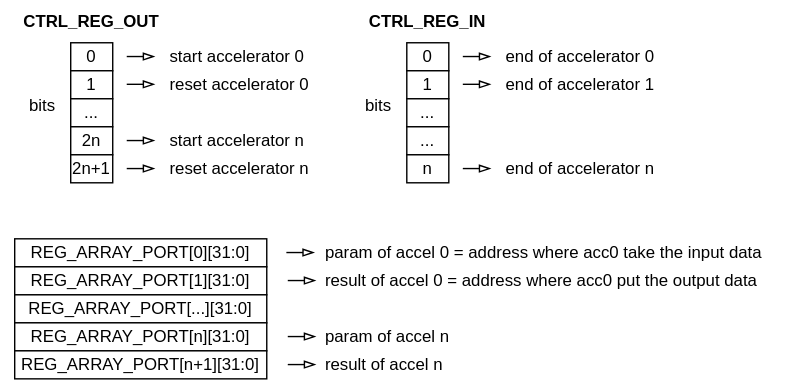
Before: doc/images/registers_connections.drawio.svg, a diagram exported from draw.io (viveris/LoCod-fpga). Source tidied: cells renumbered, new cells last; positions are measured from the earlier drawing's top-left corner, leaving out a move shared by most shapes. Its diagram source:
```xml
<mxGraphModel>
  <root>
    <mxCell id="0" />
    <mxCell id="1" parent="0" />
    <mxCell id="2" value="CTRL_REG_OUT" style="text;html=1;strokeColor=none;fillColor=none;align=center;verticalAlign=middle;whiteSpace=wrap;rounded=0;fontStyle=1;" parent="1" vertex="1">
      <mxGeometry x="5" width="120" height="30" as="geometry" />
    </mxCell>
    <mxCell id="3" value="0" style="rounded=0;whiteSpace=wrap;html=1;" parent="1" vertex="1">
      <mxGeometry x="50" y="30" width="30" height="20" as="geometry" />
    </mxCell>
    <mxCell id="4" value="1" style="rounded=0;whiteSpace=wrap;html=1;" parent="1" vertex="1">
      <mxGeometry x="50" y="50" width="30" height="20" as="geometry" />
    </mxCell>
    <mxCell id="5" value="..." style="rounded=0;whiteSpace=wrap;html=1;" parent="1" vertex="1">
      <mxGeometry x="50" y="70" width="30" height="20" as="geometry" />
    </mxCell>
    <mxCell id="6" value="2n" style="rounded=0;whiteSpace=wrap;html=1;" parent="1" vertex="1">
      <mxGeometry x="50" y="90" width="30" height="20" as="geometry" />
    </mxCell>
    <mxCell id="7" value="2n+1" style="rounded=0;whiteSpace=wrap;html=1;" parent="1" vertex="1">
      <mxGeometry x="50" y="110" width="30" height="20" as="geometry" />
    </mxCell>
    <mxCell id="8" value="bits" style="text;html=1;strokeColor=none;fillColor=none;align=center;verticalAlign=middle;whiteSpace=wrap;rounded=0;" parent="1" vertex="1">
      <mxGeometry y="60" width="60" height="30" as="geometry" />
    </mxCell>
    <mxCell id="9" value="start accelerator 0" style="text;html=1;strokeColor=none;fillColor=none;align=left;verticalAlign=middle;whiteSpace=wrap;rounded=0;" parent="1" vertex="1">
      <mxGeometry x="119" y="30" width="145" height="20" as="geometry" />
    </mxCell>
    <mxCell id="10" value="reset accelerator 0" style="text;html=1;strokeColor=none;fillColor=none;align=left;verticalAlign=middle;whiteSpace=wrap;rounded=0;" parent="1" vertex="1">
      <mxGeometry x="119" y="50" width="145" height="20" as="geometry" />
    </mxCell>
    <mxCell id="11" value="reset accelerator n" style="text;html=1;strokeColor=none;fillColor=none;align=left;verticalAlign=middle;whiteSpace=wrap;rounded=0;" parent="1" vertex="1">
      <mxGeometry x="119" y="110" width="145" height="20" as="geometry" />
    </mxCell>
    <mxCell id="12" value="start accelerator n" style="text;html=1;strokeColor=none;fillColor=none;align=left;verticalAlign=middle;whiteSpace=wrap;rounded=0;" parent="1" vertex="1">
      <mxGeometry x="119" y="90" width="145" height="20" as="geometry" />
    </mxCell>
    <mxCell id="13" style="endArrow=blockThin;html=1;rounded=0;endFill=0;" parent="1" edge="1">
      <mxGeometry relative="1" as="geometry">
        <mxPoint x="90" y="39.8" as="sourcePoint" />
        <mxPoint x="110" y="39.8" as="targetPoint" />
      </mxGeometry>
    </mxCell>
    <mxCell id="14" style="endArrow=blockThin;html=1;rounded=0;endFill=0;" parent="1" edge="1">
      <mxGeometry relative="1" as="geometry">
        <mxPoint x="90" y="59.7" as="sourcePoint" />
        <mxPoint x="110" y="59.7" as="targetPoint" />
      </mxGeometry>
    </mxCell>
    <mxCell id="15" style="endArrow=blockThin;html=1;rounded=0;endFill=0;" parent="1" edge="1">
      <mxGeometry relative="1" as="geometry">
        <mxPoint x="90" y="99.8" as="sourcePoint" />
        <mxPoint x="110" y="99.8" as="targetPoint" />
      </mxGeometry>
    </mxCell>
    <mxCell id="16" style="endArrow=blockThin;html=1;rounded=0;endFill=0;" parent="1" edge="1">
      <mxGeometry relative="1" as="geometry">
        <mxPoint x="90" y="119.8" as="sourcePoint" />
        <mxPoint x="110" y="119.8" as="targetPoint" />
      </mxGeometry>
    </mxCell>
    <mxCell id="17" value="CTRL_REG_IN" style="text;html=1;strokeColor=none;fillColor=none;align=center;verticalAlign=middle;whiteSpace=wrap;rounded=0;fontStyle=1;" parent="1" vertex="1">
      <mxGeometry x="245" width="120" height="30" as="geometry" />
    </mxCell>
    <mxCell id="18" value="0" style="rounded=0;whiteSpace=wrap;html=1;" parent="1" vertex="1">
      <mxGeometry x="290" y="30" width="30" height="20" as="geometry" />
    </mxCell>
    <mxCell id="19" value="1" style="rounded=0;whiteSpace=wrap;html=1;" parent="1" vertex="1">
      <mxGeometry x="290" y="50" width="30" height="20" as="geometry" />
    </mxCell>
    <mxCell id="20" value="..." style="rounded=0;whiteSpace=wrap;html=1;" parent="1" vertex="1">
      <mxGeometry x="290" y="70" width="30" height="20" as="geometry" />
    </mxCell>
    <mxCell id="21" value="..." style="rounded=0;whiteSpace=wrap;html=1;" parent="1" vertex="1">
      <mxGeometry x="290" y="90" width="30" height="20" as="geometry" />
    </mxCell>
    <mxCell id="22" value="n" style="rounded=0;whiteSpace=wrap;html=1;" parent="1" vertex="1">
      <mxGeometry x="290" y="110" width="30" height="20" as="geometry" />
    </mxCell>
    <mxCell id="23" value="bits" style="text;html=1;strokeColor=none;fillColor=none;align=center;verticalAlign=middle;whiteSpace=wrap;rounded=0;" parent="1" vertex="1">
      <mxGeometry x="240" y="60" width="60" height="30" as="geometry" />
    </mxCell>
    <mxCell id="24" value="end of accelerator 0" style="text;html=1;strokeColor=none;fillColor=none;align=left;verticalAlign=middle;whiteSpace=wrap;rounded=0;" parent="1" vertex="1">
      <mxGeometry x="359" y="30" width="145" height="20" as="geometry" />
    </mxCell>
    <mxCell id="25" value="end of accelerator 1" style="text;html=1;strokeColor=none;fillColor=none;align=left;verticalAlign=middle;whiteSpace=wrap;rounded=0;" parent="1" vertex="1">
      <mxGeometry x="359" y="50" width="145" height="20" as="geometry" />
    </mxCell>
    <mxCell id="26" value="end of accelerator n" style="text;html=1;strokeColor=none;fillColor=none;align=left;verticalAlign=middle;whiteSpace=wrap;rounded=0;" parent="1" vertex="1">
      <mxGeometry x="359" y="110" width="145" height="20" as="geometry" />
    </mxCell>
    <mxCell id="27" style="endArrow=blockThin;html=1;rounded=0;endFill=0;" parent="1" edge="1">
      <mxGeometry relative="1" as="geometry">
        <mxPoint x="330" y="39.8" as="sourcePoint" />
        <mxPoint x="350" y="39.8" as="targetPoint" />
      </mxGeometry>
    </mxCell>
    <mxCell id="28" style="endArrow=blockThin;html=1;rounded=0;endFill=0;" parent="1" edge="1">
      <mxGeometry relative="1" as="geometry">
        <mxPoint x="330" y="59.7" as="sourcePoint" />
        <mxPoint x="350" y="59.7" as="targetPoint" />
      </mxGeometry>
    </mxCell>
    <mxCell id="29" style="endArrow=blockThin;html=1;rounded=0;endFill=0;" parent="1" edge="1">
      <mxGeometry relative="1" as="geometry">
        <mxPoint x="330" y="119.8" as="sourcePoint" />
        <mxPoint x="350" y="119.8" as="targetPoint" />
      </mxGeometry>
    </mxCell>
    <mxCell id="30" value="REG_ARRAY_PORT[0][31:0]" style="rounded=0;whiteSpace=wrap;html=1;" parent="1" vertex="1">
      <mxGeometry x="10" y="170" width="180" height="20" as="geometry" />
    </mxCell>
    <mxCell id="31" value="REG_ARRAY_PORT[1][31:0]" style="rounded=0;whiteSpace=wrap;html=1;" parent="1" vertex="1">
      <mxGeometry x="10" y="190" width="180" height="20" as="geometry" />
    </mxCell>
    <mxCell id="32" value="REG_ARRAY_PORT[...][31:0]" style="rounded=0;whiteSpace=wrap;html=1;" parent="1" vertex="1">
      <mxGeometry x="10" y="210" width="180" height="20" as="geometry" />
    </mxCell>
    <mxCell id="33" value="REG_ARRAY_PORT[n][31:0]" style="rounded=0;whiteSpace=wrap;html=1;" parent="1" vertex="1">
      <mxGeometry x="10" y="230" width="180" height="20" as="geometry" />
    </mxCell>
    <mxCell id="34" value="REG_ARRAY_PORT[n+1][31:0]" style="rounded=0;whiteSpace=wrap;html=1;" parent="1" vertex="1">
      <mxGeometry x="10" y="250" width="180" height="20" as="geometry" />
    </mxCell>
    <mxCell id="35" style="endArrow=blockThin;html=1;rounded=0;endFill=0;" parent="1" edge="1">
      <mxGeometry relative="1" as="geometry">
        <mxPoint x="204" y="179.8" as="sourcePoint" />
        <mxPoint x="224" y="179.8" as="targetPoint" />
      </mxGeometry>
    </mxCell>
    <mxCell id="36" style="endArrow=blockThin;html=1;rounded=0;endFill=0;" parent="1" edge="1">
      <mxGeometry relative="1" as="geometry">
        <mxPoint x="205" y="199.8" as="sourcePoint" />
        <mxPoint x="225" y="199.8" as="targetPoint" />
      </mxGeometry>
    </mxCell>
    <mxCell id="37" style="endArrow=blockThin;html=1;rounded=0;endFill=0;" parent="1" edge="1">
      <mxGeometry relative="1" as="geometry">
        <mxPoint x="205" y="239.8" as="sourcePoint" />
        <mxPoint x="225" y="239.8" as="targetPoint" />
      </mxGeometry>
    </mxCell>
    <mxCell id="38" style="endArrow=blockThin;html=1;rounded=0;endFill=0;" parent="1" edge="1">
      <mxGeometry relative="1" as="geometry">
        <mxPoint x="205" y="259.8" as="sourcePoint" />
        <mxPoint x="225" y="259.8" as="targetPoint" />
      </mxGeometry>
    </mxCell>
    <mxCell id="39" value="param of accel 0 = address where acc0 take the input data" style="text;html=1;strokeColor=none;fillColor=none;align=left;verticalAlign=middle;whiteSpace=wrap;rounded=0;" parent="1" vertex="1">
      <mxGeometry x="230" y="170" width="340" height="20" as="geometry" />
    </mxCell>
    <mxCell id="40" value="result of accel 0 = address where acc0 put the output data" style="text;html=1;strokeColor=none;fillColor=none;align=left;verticalAlign=middle;whiteSpace=wrap;rounded=0;" parent="1" vertex="1">
      <mxGeometry x="230" y="190" width="340" height="20" as="geometry" />
    </mxCell>
    <mxCell id="41" value="param of accel n" style="text;html=1;strokeColor=none;fillColor=none;align=left;verticalAlign=middle;whiteSpace=wrap;rounded=0;" parent="1" vertex="1">
      <mxGeometry x="230" y="230" width="110" height="20" as="geometry" />
    </mxCell>
    <mxCell id="42" value="result of accel n" style="text;html=1;strokeColor=none;fillColor=none;align=left;verticalAlign=middle;whiteSpace=wrap;rounded=0;" parent="1" vertex="1">
      <mxGeometry x="230" y="250" width="110" height="20" as="geometry" />
    </mxCell>
  </root>
</mxGraphModel>
```
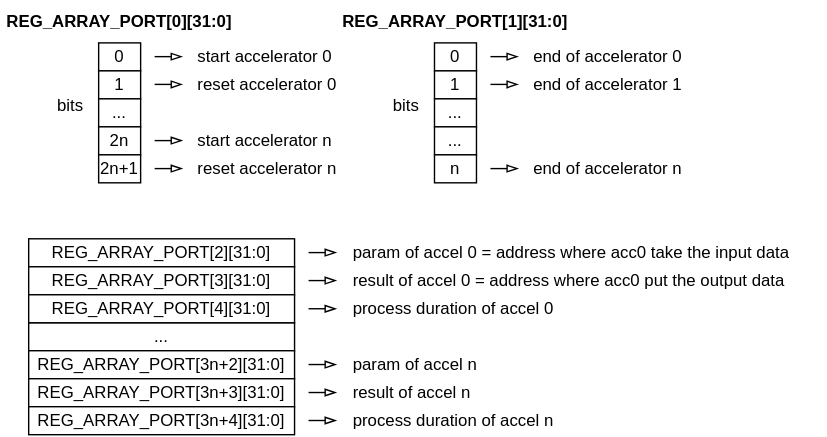
Above is the later version.

What changed in the source:
```diff
@@ -2,8 +2,8 @@
   <root>
     <mxCell id="0" />
     <mxCell id="1" parent="0" />
-    <mxCell id="2" value="CTRL_REG_OUT" style="text;html=1;strokeColor=none;fillColor=none;align=center;verticalAlign=middle;whiteSpace=wrap;rounded=0;fontStyle=1;" parent="1" vertex="1">
-      <mxGeometry x="5" width="120" height="30" as="geometry" />
+    <mxCell id="2" value="REG_ARRAY_PORT[0][31:0]" style="text;html=1;strokeColor=none;fillColor=none;align=center;verticalAlign=middle;whiteSpace=wrap;rounded=0;fontStyle=1;" parent="1" vertex="1">
+      <mxGeometry x="-20" width="170" height="30" as="geometry" />
     </mxCell>
     <mxCell id="3" value="0" style="rounded=0;whiteSpace=wrap;html=1;" parent="1" vertex="1">
       <mxGeometry x="50" y="30" width="30" height="20" as="geometry" />
@@ -59,9 +59,6 @@
         <mxPoint x="110" y="119.8" as="targetPoint" />
       </mxGeometry>
     </mxCell>
-    <mxCell id="17" value="CTRL_REG_IN" style="text;html=1;strokeColor=none;fillColor=none;align=center;verticalAlign=middle;whiteSpace=wrap;rounded=0;fontStyle=1;" parent="1" vertex="1">
-      <mxGeometry x="245" width="120" height="30" as="geometry" />
-    </mxCell>
     <mxCell id="18" value="0" style="rounded=0;whiteSpace=wrap;html=1;" parent="1" vertex="1">
       <mxGeometry x="290" y="30" width="30" height="20" as="geometry" />
     </mxCell>
@@ -107,43 +104,43 @@
         <mxPoint x="350" y="119.8" as="targetPoint" />
       </mxGeometry>
     </mxCell>
-    <mxCell id="30" value="REG_ARRAY_PORT[0][31:0]" style="rounded=0;whiteSpace=wrap;html=1;" parent="1" vertex="1">
-      <mxGeometry x="10" y="170" width="180" height="20" as="geometry" />
+    <mxCell id="30" value="REG_ARRAY_PORT[2][31:0]" style="rounded=0;whiteSpace=wrap;html=1;" parent="1" vertex="1">
+      <mxGeometry y="170" width="190" height="20" as="geometry" />
     </mxCell>
-    <mxCell id="31" value="REG_ARRAY_PORT[1][31:0]" style="rounded=0;whiteSpace=wrap;html=1;" parent="1" vertex="1">
-      <mxGeometry x="10" y="190" width="180" height="20" as="geometry" />
+    <mxCell id="31" value="REG_ARRAY_PORT[3][31:0]" style="rounded=0;whiteSpace=wrap;html=1;" parent="1" vertex="1">
+      <mxGeometry y="190" width="190" height="20" as="geometry" />
     </mxCell>
-    <mxCell id="32" value="REG_ARRAY_PORT[...][31:0]" style="rounded=0;whiteSpace=wrap;html=1;" parent="1" vertex="1">
-      <mxGeometry x="10" y="210" width="180" height="20" as="geometry" />
+    <mxCell id="32" value="..." style="rounded=0;whiteSpace=wrap;html=1;" parent="1" vertex="1">
+      <mxGeometry y="230" width="190" height="20" as="geometry" />
     </mxCell>
-    <mxCell id="33" value="REG_ARRAY_PORT[n][31:0]" style="rounded=0;whiteSpace=wrap;html=1;" parent="1" vertex="1">
-      <mxGeometry x="10" y="230" width="180" height="20" as="geometry" />
+    <mxCell id="33" value="REG_ARRAY_PORT[3n+2][31:0]" style="rounded=0;whiteSpace=wrap;html=1;" parent="1" vertex="1">
+      <mxGeometry y="250" width="190" height="20" as="geometry" />
     </mxCell>
-    <mxCell id="34" value="REG_ARRAY_PORT[n+1][31:0]" style="rounded=0;whiteSpace=wrap;html=1;" parent="1" vertex="1">
-      <mxGeometry x="10" y="250" width="180" height="20" as="geometry" />
+    <mxCell id="34" value="REG_ARRAY_PORT[3n+3][31:0]" style="rounded=0;whiteSpace=wrap;html=1;" parent="1" vertex="1">
+      <mxGeometry y="270" width="190" height="20" as="geometry" />
     </mxCell>
     <mxCell id="35" style="endArrow=blockThin;html=1;rounded=0;endFill=0;" parent="1" edge="1">
       <mxGeometry relative="1" as="geometry">
-        <mxPoint x="204" y="179.8" as="sourcePoint" />
-        <mxPoint x="224" y="179.8" as="targetPoint" />
+        <mxPoint x="200" y="179.9" as="sourcePoint" />
+        <mxPoint x="220" y="179.9" as="targetPoint" />
       </mxGeometry>
     </mxCell>
     <mxCell id="36" style="endArrow=blockThin;html=1;rounded=0;endFill=0;" parent="1" edge="1">
       <mxGeometry relative="1" as="geometry">
-        <mxPoint x="205" y="199.8" as="sourcePoint" />
-        <mxPoint x="225" y="199.8" as="targetPoint" />
+        <mxPoint x="200" y="199.9" as="sourcePoint" />
+        <mxPoint x="220" y="199.9" as="targetPoint" />
       </mxGeometry>
     </mxCell>
     <mxCell id="37" style="endArrow=blockThin;html=1;rounded=0;endFill=0;" parent="1" edge="1">
       <mxGeometry relative="1" as="geometry">
-        <mxPoint x="205" y="239.8" as="sourcePoint" />
-        <mxPoint x="225" y="239.8" as="targetPoint" />
+        <mxPoint x="200" y="259.9" as="sourcePoint" />
+        <mxPoint x="220" y="259.9" as="targetPoint" />
       </mxGeometry>
     </mxCell>
     <mxCell id="38" style="endArrow=blockThin;html=1;rounded=0;endFill=0;" parent="1" edge="1">
       <mxGeometry relative="1" as="geometry">
-        <mxPoint x="205" y="259.8" as="sourcePoint" />
-        <mxPoint x="225" y="259.8" as="targetPoint" />
+        <mxPoint x="200" y="279.9" as="sourcePoint" />
+        <mxPoint x="220" y="279.9" as="targetPoint" />
       </mxGeometry>
     </mxCell>
     <mxCell id="39" value="param of accel 0 = address where acc0 take the input data" style="text;html=1;strokeColor=none;fillColor=none;align=left;verticalAlign=middle;whiteSpace=wrap;rounded=0;" parent="1" vertex="1">
@@ -153,10 +150,37 @@
       <mxGeometry x="230" y="190" width="340" height="20" as="geometry" />
     </mxCell>
     <mxCell id="41" value="param of accel n" style="text;html=1;strokeColor=none;fillColor=none;align=left;verticalAlign=middle;whiteSpace=wrap;rounded=0;" parent="1" vertex="1">
-      <mxGeometry x="230" y="230" width="110" height="20" as="geometry" />
+      <mxGeometry x="230" y="250" width="110" height="20" as="geometry" />
     </mxCell>
     <mxCell id="42" value="result of accel n" style="text;html=1;strokeColor=none;fillColor=none;align=left;verticalAlign=middle;whiteSpace=wrap;rounded=0;" parent="1" vertex="1">
-      <mxGeometry x="230" y="250" width="110" height="20" as="geometry" />
+      <mxGeometry x="230" y="270" width="110" height="20" as="geometry" />
     </mxCell>
+    <mxCell id="43" value="REG_ARRAY_PORT[1][31:0]" style="text;html=1;strokeColor=none;fillColor=none;align=center;verticalAlign=middle;whiteSpace=wrap;rounded=0;fontStyle=1;" parent="1" vertex="1">
+      <mxGeometry x="220" width="170" height="30" as="geometry" />
+    </mxCell>
+    <mxCell id="44" value="REG_ARRAY_PORT[4][31:0]" style="rounded=0;whiteSpace=wrap;html=1;" parent="1" vertex="1">
+      <mxGeometry y="210" width="190" height="20" as="geometry" />
+    </mxCell>
+    <mxCell id="45" value="REG_ARRAY_PORT[3n+4][31:0]" style="rounded=0;whiteSpace=wrap;html=1;" parent="1" vertex="1">
+      <mxGeometry y="290" width="190" height="20" as="geometry" />
+    </mxCell>
+    <mxCell id="46" style="endArrow=blockThin;html=1;rounded=0;endFill=0;" parent="1" edge="1">
+      <mxGeometry relative="1" as="geometry">
+        <mxPoint x="200" y="299.9" as="sourcePoint" />
+        <mxPoint x="220" y="299.9" as="targetPoint" />
+      </mxGeometry>
+    </mxCell>
+    <mxCell id="47" value="process duration of accel n" style="text;html=1;strokeColor=none;fillColor=none;align=left;verticalAlign=middle;whiteSpace=wrap;rounded=0;" parent="1" vertex="1">
+      <mxGeometry x="230" y="290" width="160" height="20" as="geometry" />
+    </mxCell>
+    <mxCell id="48" style="endArrow=blockThin;html=1;rounded=0;endFill=0;" parent="1" edge="1">
+      <mxGeometry relative="1" as="geometry">
+        <mxPoint x="200" y="220" as="sourcePoint" />
+        <mxPoint x="220" y="220" as="targetPoint" />
+      </mxGeometry>
+    </mxCell>
+    <mxCell id="49" value="process duration of accel 0 " style="text;html=1;strokeColor=none;fillColor=none;align=left;verticalAlign=middle;whiteSpace=wrap;rounded=0;" parent="1" vertex="1">
+      <mxGeometry x="230" y="210" width="160" height="20" as="geometry" />
+    </mxCell>
   </root>
 </mxGraphModel>
```
